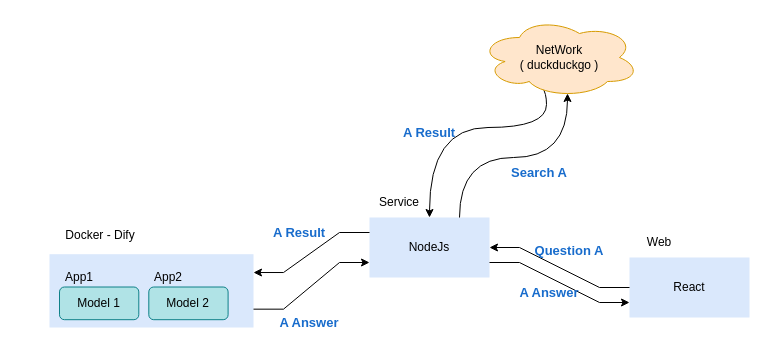
Above: resource/design.drawio in rudy-xu/AI-Assistant (draw.io), before the change. Source tidied: cells renumbered, new cells numbered last; positions are measured from the earlier drawing's top-left corner, leaving out a move shared by most shapes. Both pictures are drawn from the tidied source at 100%, with x=0, y=0 at pixel (49, 17).
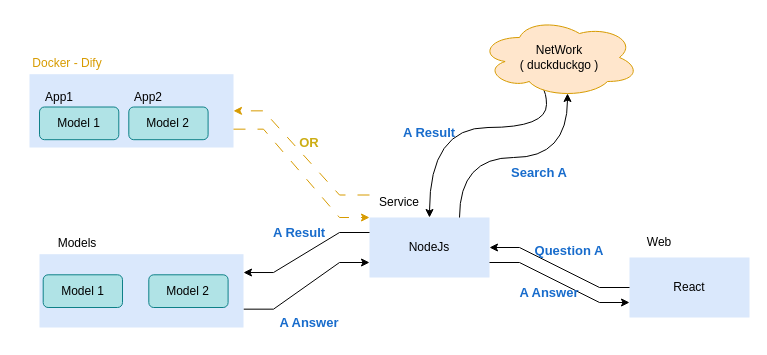
Above is the later version.

The change refers to these unchanged cells:
```xml
<mxCell id="3" style="rounded=0;whiteSpace=wrap;html=1;fillColor=#dae8fc;strokeColor=none;" parent="2" vertex="1">
  <mxGeometry y="36.7" width="204" height="73.3" as="geometry" />
</mxCell>
<mxCell id="12" value="NodeJs" style="rounded=0;whiteSpace=wrap;html=1;fillColor=#dae8fc;strokeColor=none;" parent="11" vertex="1">
  <mxGeometry y="30" width="120" height="60" as="geometry" />
</mxCell>
<mxCell id="13" value="Service" style="text;strokeColor=none;align=center;fillColor=none;html=1;verticalAlign=middle;whiteSpace=wrap;rounded=0;" parent="11" vertex="1">
  <mxGeometry width="60" height="30" as="geometry" />
</mxCell>
```

The edit, as a diff of the source:
```diff
@@
     <mxCell id="2" style="group;" parent="1" vertex="1">
-      <mxGeometry y="200" width="204" height="110" as="geometry" />
+      <mxGeometry x="-20" y="20" width="204" height="110" as="geometry" />
     </mxCell>
@@
-    <mxCell id="4" value="Docker - Dify" style="text;strokeColor=none;align=center;fillColor=none;html=1;verticalAlign=middle;whiteSpace=wrap;rounded=0;" parent="2" vertex="1">
-      <mxGeometry width="102" height="36.7" as="geometry" />
+    <mxCell id="4" value="&lt;font color=&quot;#d79b00&quot;&gt;Docker - Dify&lt;/font&gt;" style="text;strokeColor=none;align=center;fillColor=none;html=1;verticalAlign=middle;whiteSpace=wrap;rounded=0;" parent="2" vertex="1">
+      <mxGeometry x="-12.7" y="7.8" width="102" height="36.7" as="geometry" />
     </mxCell>
@@
-    <mxCell id="21" style="edgeStyle=entityRelationEdgeStyle;rounded=0;jettySize=auto;html=1;exitX=0;exitY=0.25;exitDx=0;exitDy=0;entryX=1;entryY=0.25;entryDx=0;entryDy=0;" parent="1" edge="1" source="12" target="3">
+    <mxCell id="21" style="edgeStyle=entityRelationEdgeStyle;rounded=0;jettySize=auto;html=1;exitX=0;exitY=0.25;exitDx=0;exitDy=0;entryX=1;entryY=0.25;entryDx=0;entryDy=0;" parent="1" edge="1" source="12" target="31">
       <mxGeometry relative="1" as="geometry" />
     </mxCell>
-    <mxCell id="22" style="edgeStyle=entityRelationEdgeStyle;rounded=0;jettySize=auto;html=1;exitX=1;exitY=0.75;exitDx=0;exitDy=0;entryX=0;entryY=0.75;entryDx=0;entryDy=0;" parent="1" edge="1" source="3" target="12">
+    <mxCell id="22" style="edgeStyle=entityRelationEdgeStyle;rounded=0;jettySize=auto;html=1;exitX=1;exitY=0.75;exitDx=0;exitDy=0;entryX=0;entryY=0.75;entryDx=0;entryDy=0;" parent="1" edge="1" source="31" target="12">
       <mxGeometry relative="1" as="geometry" />
     </mxCell>
@@
+    <mxCell id="30" style="group;" parent="1" vertex="1">
+      <mxGeometry x="-10" y="200" width="204" height="110" as="geometry" />
+    </mxCell>
+    <mxCell id="31" style="rounded=0;whiteSpace=wrap;html=1;fillColor=#dae8fc;strokeColor=none;" parent="30" vertex="1">
+      <mxGeometry y="36.7" width="204" height="73.3" as="geometry" />
+    </mxCell>
+    <mxCell id="32" value="Models" style="text;strokeColor=none;align=center;fillColor=none;html=1;verticalAlign=middle;whiteSpace=wrap;rounded=0;" parent="30" vertex="1">
+      <mxGeometry x="-12.7" y="7.8" width="102" height="36.7" as="geometry" />
+    </mxCell>
+    <mxCell id="33" style="group;" parent="30" vertex="1">
+      <mxGeometry x="99.3" y="32.3" width="89.3" height="57.7" as="geometry" />
+    </mxCell>
+    <mxCell id="34" value="Model 2" style="rounded=1;whiteSpace=wrap;html=1;fillColor=#b0e3e6;strokeColor=#0e8088;" parent="33" vertex="1">
+      <mxGeometry x="10" y="25" width="79.3" height="32.7" as="geometry" />
+    </mxCell>
+    <mxCell id="35" style="group;" parent="30" vertex="1">
+      <mxGeometry x="-6.3" y="32.3" width="89.3" height="57.7" as="geometry" />
+    </mxCell>
+    <mxCell id="36" value="Model 1" style="rounded=1;whiteSpace=wrap;html=1;fillColor=#b0e3e6;strokeColor=#0e8088;" parent="35" vertex="1">
+      <mxGeometry x="10" y="25" width="79.3" height="32.7" as="geometry" />
+    </mxCell>
+    <mxCell id="37" style="edgeStyle=entityRelationEdgeStyle;rounded=0;jettySize=auto;html=1;exitX=1;exitY=0.75;exitDx=0;exitDy=0;entryX=0;entryY=1;entryDx=0;entryDy=0;dashed=1;dashPattern=12 12;fillColor=#ffe6cc;strokeColor=#d79b00;" parent="1" edge="1" source="3" target="13">
+      <mxGeometry relative="1" as="geometry" />
+    </mxCell>
+    <mxCell id="38" style="edgeStyle=entityRelationEdgeStyle;rounded=0;jettySize=auto;html=1;exitX=0;exitY=0.25;exitDx=0;exitDy=0;entryX=1;entryY=0.5;entryDx=0;entryDy=0;fillColor=#ffe6cc;strokeColor=#d79b00;dashed=1;dashPattern=12 12;" parent="1" edge="1" source="13" target="3">
+      <mxGeometry relative="1" as="geometry" />
+    </mxCell>
+    <mxCell id="39" value="&lt;span style=&quot;font-size: 13px;&quot;&gt;&lt;font color=&quot;#ccad14&quot;&gt;OR&lt;/font&gt;&lt;/span&gt;" style="text;strokeColor=none;align=center;fillColor=none;html=1;verticalAlign=middle;whiteSpace=wrap;rounded=0;fontColor=#186CCC;fontStyle=1;" parent="1" vertex="1">
+      <mxGeometry x="220" y="110" width="80" height="30" as="geometry" />
+    </mxCell>
```
